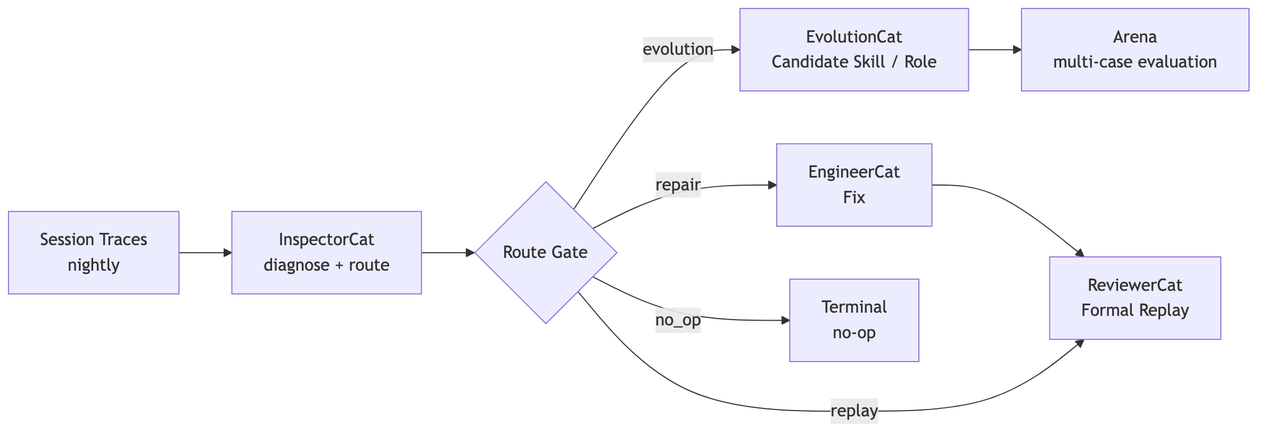
fightheyyy/XiaoBa-CLI keeps this Mermaid diagram as assets/self-evolution-dag.png. Above is the earlier version. Its source is kept beside it as assets/self-evolution-dag.mmd.
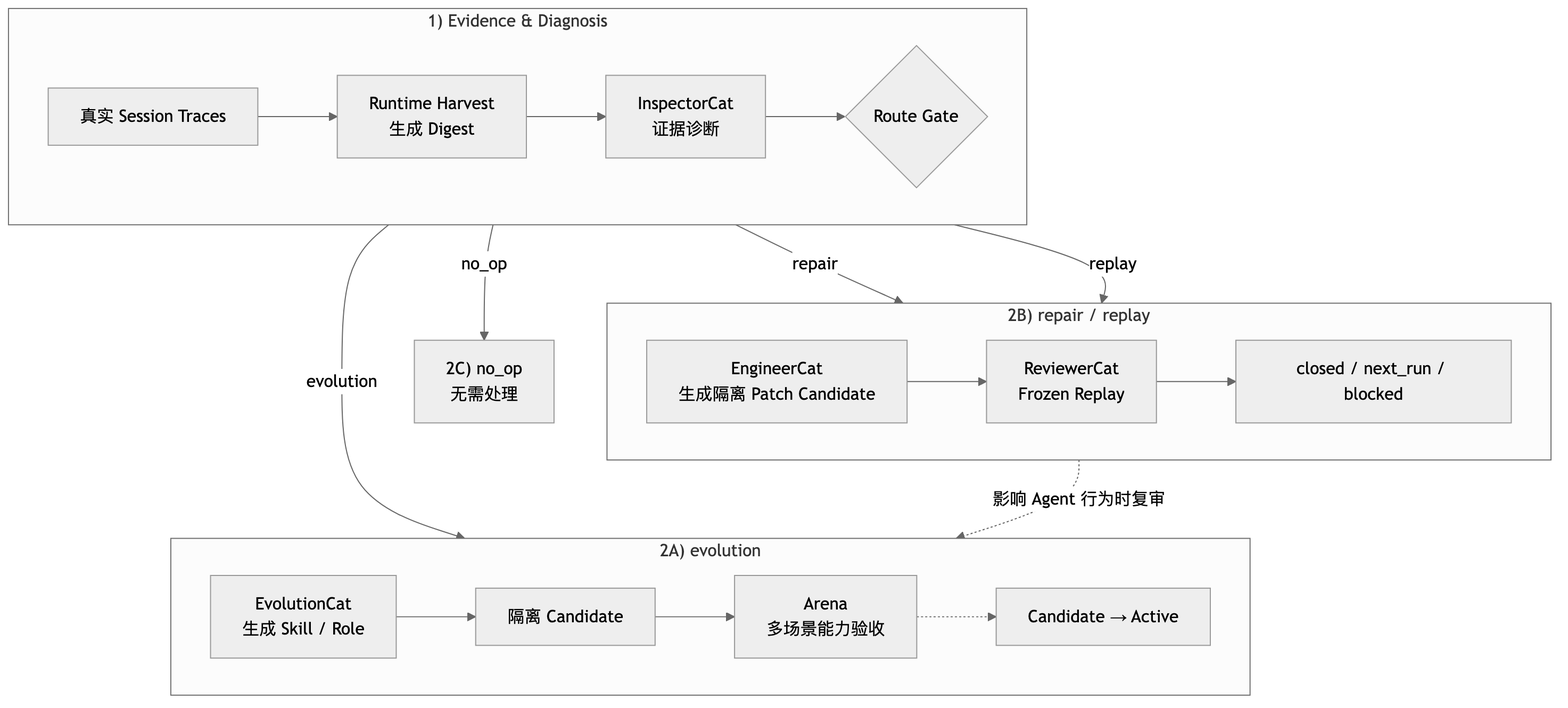
After the commit.

Commit message:
docs: update self-evolution DAG

The edit, as a diff of the source:
```diff
@@ -1,9 +1,28 @@
-flowchart LR
-    Traces["Session Traces<br/>nightly"] --> Inspector["InspectorCat<br/>diagnose + route"]
-    Inspector --> Gate{"Route Gate"}
-    Gate -->|evolution| Evolution["EvolutionCat<br/>Candidate Skill / Role"]
-    Evolution --> Arena["Arena<br/>multi-case evaluation"]
-    Gate -->|repair| Engineer["EngineerCat<br/>Fix"]
-    Engineer --> Reviewer["ReviewerCat<br/>Formal Replay"]
-    Gate -->|replay| Reviewer
-    Gate -->|no_op| NoOp["Terminal<br/>no-op"]
+flowchart TB
+    subgraph Intake["1) Evidence & Diagnosis"]
+        direction LR
+        Trace["真实 Session Traces"] --> Harvest["Runtime Harvest<br/>生成 Digest"]
+        Harvest --> Inspector["InspectorCat<br/>证据诊断"]
+        Inspector --> Gate{"Route Gate"}
+    end
+
+    subgraph EvolutionPath["2A) evolution"]
+        direction LR
+        Evolution["EvolutionCat<br/>生成 Skill / Role"] --> Candidate["隔离 Candidate"]
+        Candidate --> Arena["Arena<br/>多场景能力验收"]
+        Arena -.-> Active["Candidate → Active"]
+    end
+
+    subgraph RepairPath["2B) repair / replay"]
+        direction LR
+        Engineer["EngineerCat<br/>生成隔离 Patch Candidate"] --> Reviewer["ReviewerCat<br/>Frozen Replay"]
+        Reviewer --> ReviewEnd["closed / next_run / blocked"]
+    end
+
+    NoOp["2C) no_op<br/>无需处理"]
+
+    Intake -->|evolution| EvolutionPath
+    Intake -->|repair| RepairPath
+    Intake -->|replay| RepairPath
+    Intake -->|no_op| NoOp
+    RepairPath -.->|"影响 Agent 行为时复审"| EvolutionPath
```
